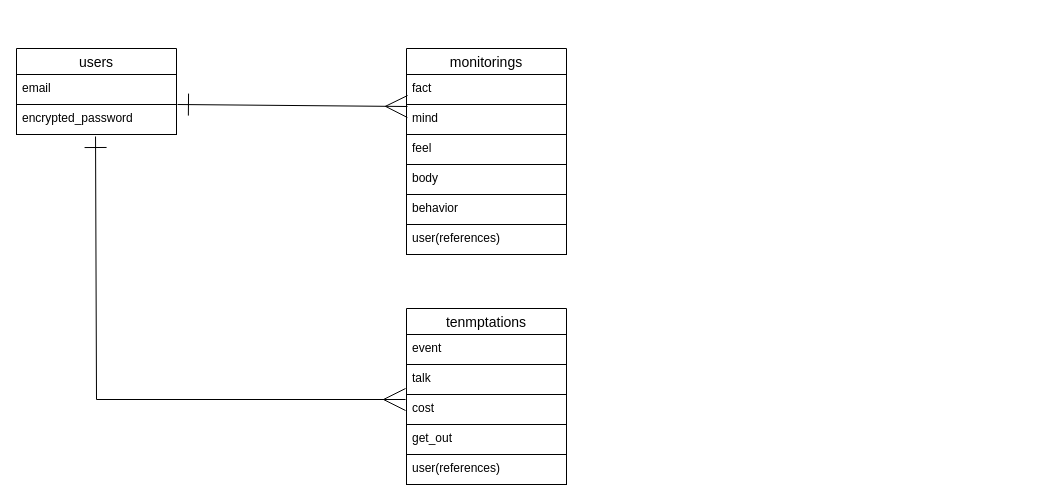
This is ER-mental.dio from iguanakun/mental-app, a draw.io file, before an edit. Source tidied: cells renumbered, new cells numbered last; positions are measured from the earlier drawing's top-left corner, leaving out a move shared by most shapes. Both pictures are drawn from the tidied source at 100%, with x=0, y=0 at pixel (16, 48).
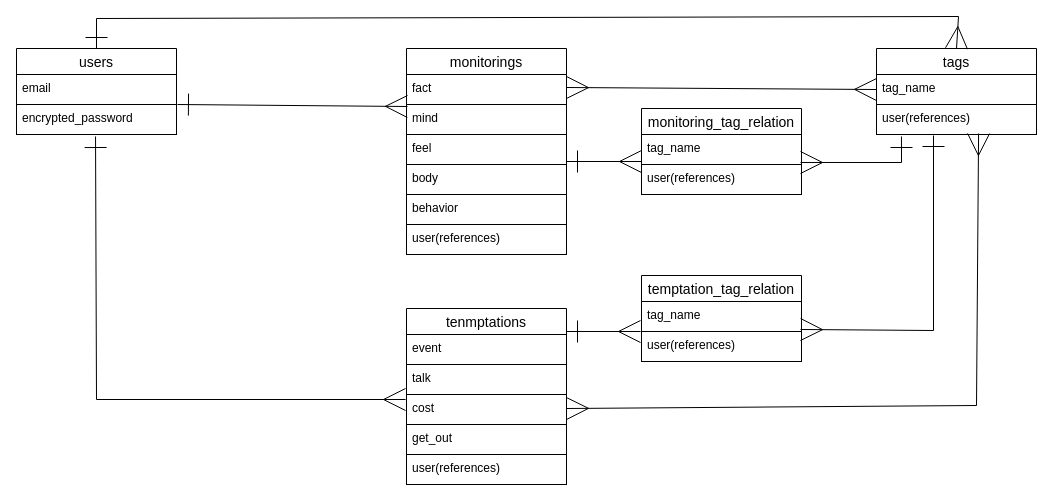
After the change.

Unchanged cells that the change refers to:
```xml
<mxCell id="2" value="users" style="swimlane;fontStyle=0;horizontal=1;startSize=26;align=center;fontSize=14;strokeColor=#000000;fontColor=#000000;fillColor=#FFFFFF;" parent="1" vertex="1">
  <mxGeometry width="160" height="86" as="geometry" />
</mxCell>
```

Diff of the diagram source:
```diff
@@
+    <mxCell id="20" value="tags" style="swimlane;fontStyle=0;horizontal=1;startSize=26;align=center;fontSize=14;strokeColor=#000000;fontColor=#000000;fillColor=#FFFFFF;" parent="1" vertex="1">
+      <mxGeometry x="860" width="160" height="86" as="geometry" />
+    </mxCell>
+    <mxCell id="21" value="tag_name" style="text;strokeColor=#000000;fillColor=#FFFFFF;spacingLeft=4;spacingRight=4;overflow=hidden;points=[[0,0.5],[1,0.5]];portConstraint=eastwest;fontSize=12;fontColor=#000000;" parent="20" vertex="1">
+      <mxGeometry y="26" width="160" height="30" as="geometry" />
+    </mxCell>
+    <mxCell id="22" value="user(references)" style="text;strokeColor=#000000;fillColor=#FFFFFF;spacingLeft=4;spacingRight=4;overflow=hidden;points=[[0,0.5],[1,0.5]];portConstraint=eastwest;fontSize=12;fontColor=#000000;" parent="20" vertex="1">
+      <mxGeometry y="56" width="160" height="30" as="geometry" />
+    </mxCell>
+    <mxCell id="23" value="monitoring_tag_relation" style="swimlane;fontStyle=0;horizontal=1;startSize=26;align=center;fontSize=14;strokeColor=#000000;fontColor=#000000;fillColor=#FFFFFF;" parent="1" vertex="1">
+      <mxGeometry x="625" y="60" width="160" height="86" as="geometry" />
+    </mxCell>
+    <mxCell id="24" value="tag_name" style="text;strokeColor=#000000;fillColor=#FFFFFF;spacingLeft=4;spacingRight=4;overflow=hidden;points=[[0,0.5],[1,0.5]];portConstraint=eastwest;fontSize=12;fontColor=#000000;" parent="23" vertex="1">
+      <mxGeometry y="26" width="160" height="30" as="geometry" />
+    </mxCell>
+    <mxCell id="25" value="user(references)" style="text;strokeColor=#000000;fillColor=#FFFFFF;spacingLeft=4;spacingRight=4;overflow=hidden;fontSize=12;fontColor=#000000;" parent="23" vertex="1">
+      <mxGeometry y="56" width="160" height="30" as="geometry" />
+    </mxCell>
+    <mxCell id="26" value="temptation_tag_relation" style="swimlane;fontStyle=0;horizontal=1;startSize=26;align=center;fontSize=14;strokeColor=#000000;fontColor=#000000;fillColor=#FFFFFF;" parent="1" vertex="1">
+      <mxGeometry x="625" y="227" width="160" height="86" as="geometry" />
+    </mxCell>
+    <mxCell id="27" value="tag_name" style="text;strokeColor=#000000;fillColor=#FFFFFF;spacingLeft=4;spacingRight=4;overflow=hidden;points=[[0,0.5],[1,0.5]];portConstraint=eastwest;fontSize=12;fontColor=#000000;" parent="26" vertex="1">
+      <mxGeometry y="26" width="160" height="30" as="geometry" />
+    </mxCell>
+    <mxCell id="28" value="user(references)" style="text;strokeColor=#000000;fillColor=#FFFFFF;spacingLeft=4;spacingRight=4;overflow=hidden;fontSize=12;fontColor=#000000;" parent="26" vertex="1">
+      <mxGeometry y="56" width="160" height="30" as="geometry" />
+    </mxCell>
+    <mxCell id="29" style="endArrow=ERmany;html=1;rounded=0;startArrow=ERone;startFill=0;targetPerimeterSpacing=12;endSize=20;endFill=0;sourcePerimeterSpacing=-10;startSize=20;exitX=1;exitY=0.5;exitDx=0;exitDy=0;strokeWidth=1;strokeColor=#000000;fontColor=#000000;entryX=0;entryY=0.5;entryDx=0;entryDy=0;" parent="1" edge="1">
+      <mxGeometry relative="1" as="geometry">
+        <mxPoint x="550" y="113" as="sourcePoint" />
+        <mxPoint x="625" y="113" as="targetPoint" />
+      </mxGeometry>
+    </mxCell>
+    <mxCell id="30" style="endArrow=ERmany;html=1;rounded=0;startArrow=ERone;startFill=0;targetPerimeterSpacing=12;endSize=20;endFill=0;sourcePerimeterSpacing=-10;startSize=20;exitX=1;exitY=0.5;exitDx=0;exitDy=0;strokeWidth=1;strokeColor=#000000;fontColor=#000000;entryX=-0.006;entryY=0.067;entryDx=0;entryDy=0;entryPerimeter=0;" parent="1" edge="1">
+      <mxGeometry relative="1" as="geometry">
+        <mxPoint x="550" y="283" as="sourcePoint" />
+        <mxPoint x="624" y="283" as="targetPoint" />
+      </mxGeometry>
+    </mxCell>
+    <mxCell id="31" style="endArrow=ERmany;html=1;rounded=0;startArrow=ERone;startFill=0;targetPerimeterSpacing=12;endSize=20;endFill=0;sourcePerimeterSpacing=-10;startSize=20;exitX=0.156;exitY=1.067;exitDx=0;exitDy=0;strokeWidth=1;strokeColor=#000000;fontColor=#000000;exitPerimeter=0;entryX=0.994;entryY=0.933;entryDx=0;entryDy=0;entryPerimeter=0;" parent="1" edge="1" source="22" target="24">
+      <mxGeometry relative="1" as="geometry">
+        <Array as="points">
+          <mxPoint x="885" y="114" />
+        </Array>
+      </mxGeometry>
+    </mxCell>
+    <mxCell id="32" style="endArrow=ERmany;html=1;rounded=0;startArrow=ERone;startFill=0;targetPerimeterSpacing=12;endSize=20;endFill=0;sourcePerimeterSpacing=-10;startSize=20;exitX=0.244;exitY=1.033;exitDx=0;exitDy=0;strokeWidth=1;strokeColor=#000000;fontColor=#000000;exitPerimeter=0;entryX=0.994;entryY=0.933;entryDx=0;entryDy=0;entryPerimeter=0;" parent="1" edge="1" target="27">
+      <mxGeometry relative="1" as="geometry">
+        <mxPoint x="917" y="87" as="sourcePoint" />
+        <Array as="points">
+          <mxPoint x="917" y="282" />
+        </Array>
+      </mxGeometry>
+    </mxCell>
+    <mxCell id="33" style="endArrow=ERmany;html=1;rounded=0;startArrow=ERone;startFill=0;targetPerimeterSpacing=12;endSize=20;endFill=0;sourcePerimeterSpacing=-10;startSize=20;exitX=0.5;exitY=0;exitDx=0;exitDy=0;strokeWidth=1;strokeColor=#000000;fontColor=#000000;entryX=0.5;entryY=0;entryDx=0;entryDy=0;" parent="1" edge="1" source="2" target="20">
+      <mxGeometry relative="1" as="geometry">
+        <Array as="points">
+          <mxPoint x="80" y="-30" />
+          <mxPoint x="942" y="-32" />
+        </Array>
+      </mxGeometry>
+    </mxCell>
+    <mxCell id="34" style="endArrow=ERmany;html=1;rounded=0;entryX=0;entryY=0.5;entryDx=0;entryDy=0;startArrow=ERmany;startFill=0;targetPerimeterSpacing=12;endSize=20;endFill=0;sourcePerimeterSpacing=-10;startSize=20;strokeWidth=1;strokeColor=#000000;fontColor=#000000;" parent="1" edge="1" target="21">
+      <mxGeometry relative="1" as="geometry">
+        <mxPoint x="550" y="39" as="sourcePoint" />
+      </mxGeometry>
+    </mxCell>
+    <mxCell id="35" style="endArrow=ERmany;html=1;rounded=0;entryX=0.638;entryY=0.967;entryDx=0;entryDy=0;startArrow=ERmany;startFill=0;targetPerimeterSpacing=12;endSize=20;endFill=0;sourcePerimeterSpacing=-10;startSize=20;strokeWidth=1;strokeColor=#000000;fontColor=#000000;entryPerimeter=0;" parent="1" edge="1" target="22">
+      <mxGeometry relative="1" as="geometry">
+        <mxPoint x="550" y="360" as="sourcePoint" />
+        <Array as="points">
+          <mxPoint x="960" y="357" />
+        </Array>
+      </mxGeometry>
+    </mxCell>
```
